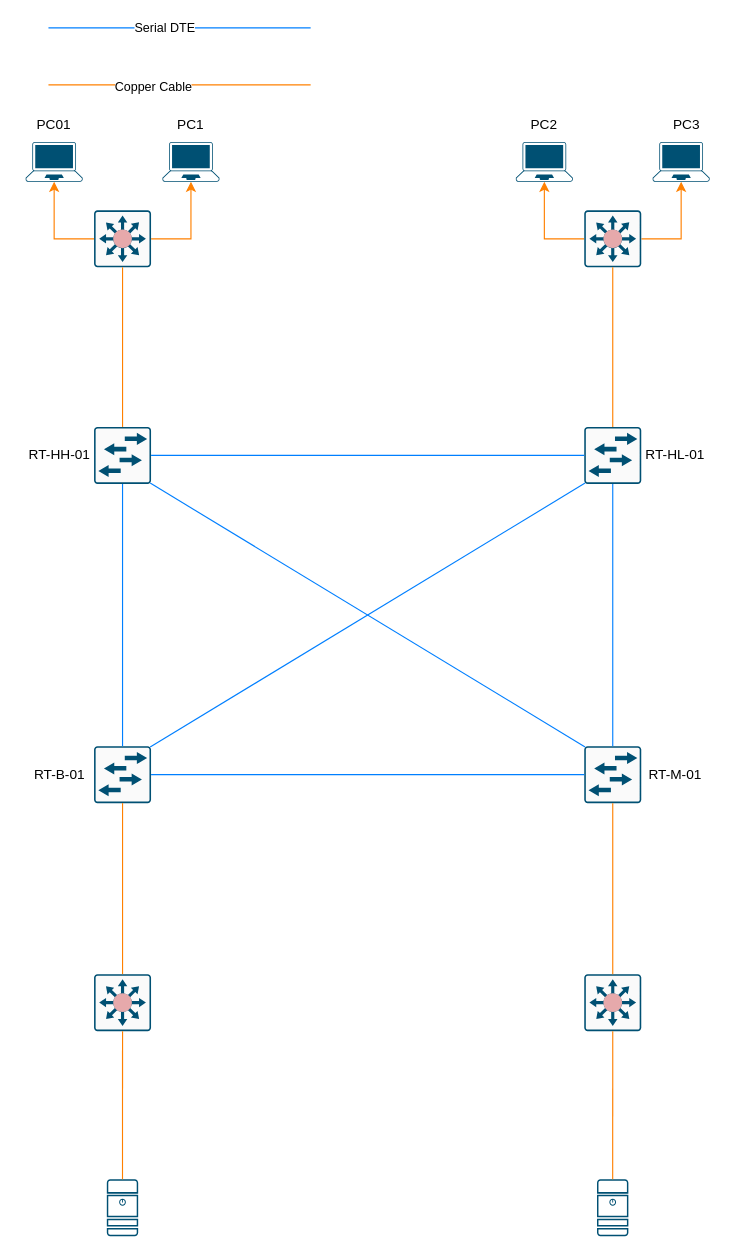
This is Network plan.drawio from ScriptingDon/Providing-Networks-and-Services, a draw.io file, before an edit. Source tidied: cells renumbered, new cells numbered last; positions are measured from the earlier drawing's top-left corner, leaving out a move shared by most shapes. Both pictures are drawn from the tidied source at 114%, with x=0, y=0 at pixel (19, 27).
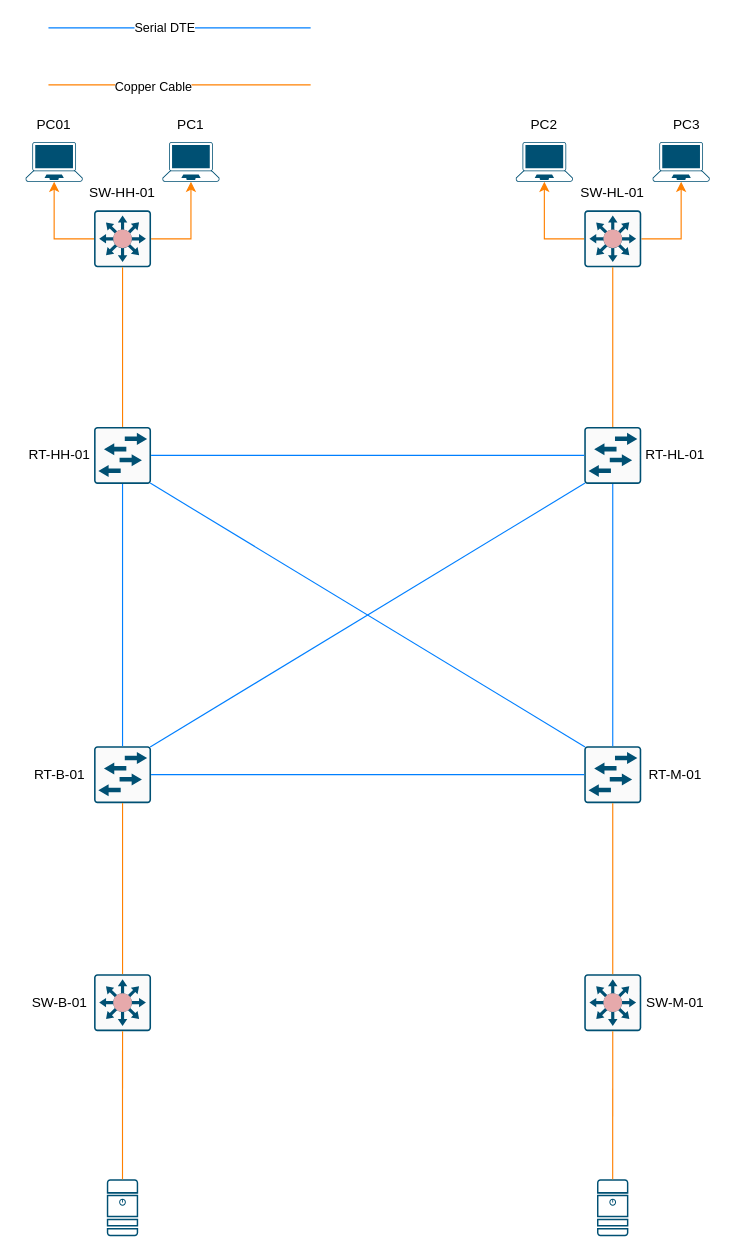
Above is the later version.

The edit, as a diff of the source:
```diff
@@
+    <mxCell id="44" value="SW-B-01" style="text;html=1;strokeColor=none;fillColor=none;align=center;verticalAlign=middle;whiteSpace=wrap;rounded=0;" parent="1" vertex="1">
+      <mxGeometry x="5" y="840" width="60" height="30" as="geometry" />
+    </mxCell>
+    <mxCell id="45" value="SW-M-01" style="text;html=1;strokeColor=none;fillColor=none;align=center;verticalAlign=middle;whiteSpace=wrap;rounded=0;" parent="1" vertex="1">
+      <mxGeometry x="545" y="840" width="60" height="30" as="geometry" />
+    </mxCell>
+    <mxCell id="46" value="SW-HL-01" style="text;html=1;strokeColor=none;fillColor=none;align=center;verticalAlign=middle;whiteSpace=wrap;rounded=0;" parent="1" vertex="1">
+      <mxGeometry x="490" y="130" width="60" height="30" as="geometry" />
+    </mxCell>
+    <mxCell id="47" value="SW-HH-01" style="text;html=1;strokeColor=none;fillColor=none;align=center;verticalAlign=middle;whiteSpace=wrap;rounded=0;" parent="1" vertex="1">
+      <mxGeometry x="60" y="130" width="60" height="30" as="geometry" />
+    </mxCell>
```
